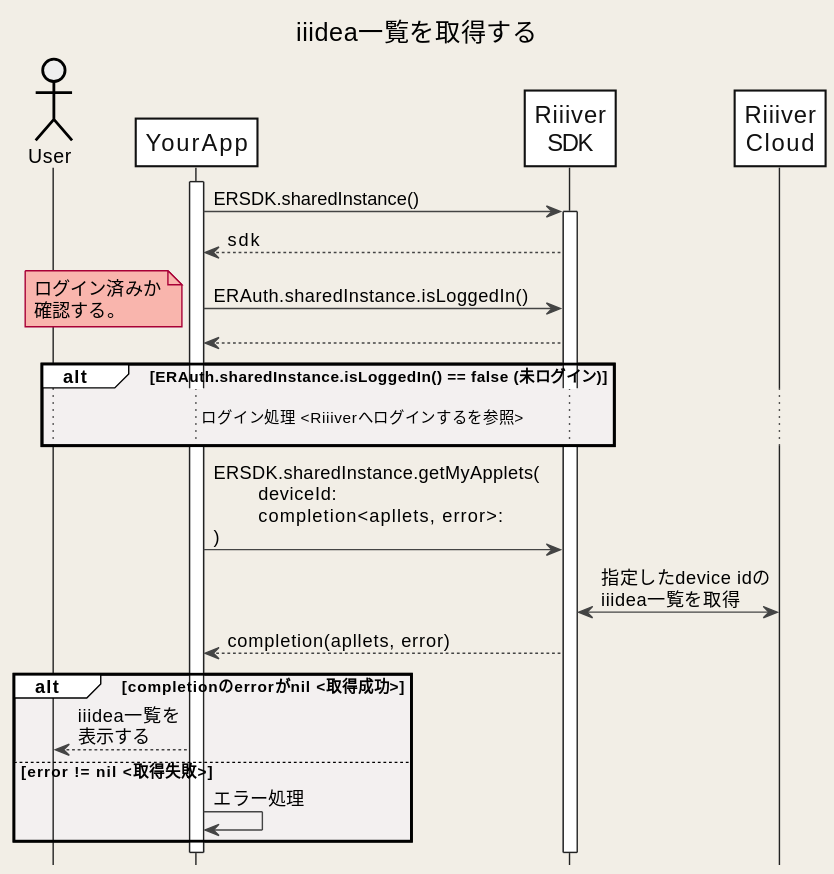
The PlantUML diagram images/ja/Sequences/getIiideaList.svg in CitizenWatch/RiiiverResources, before a commit.
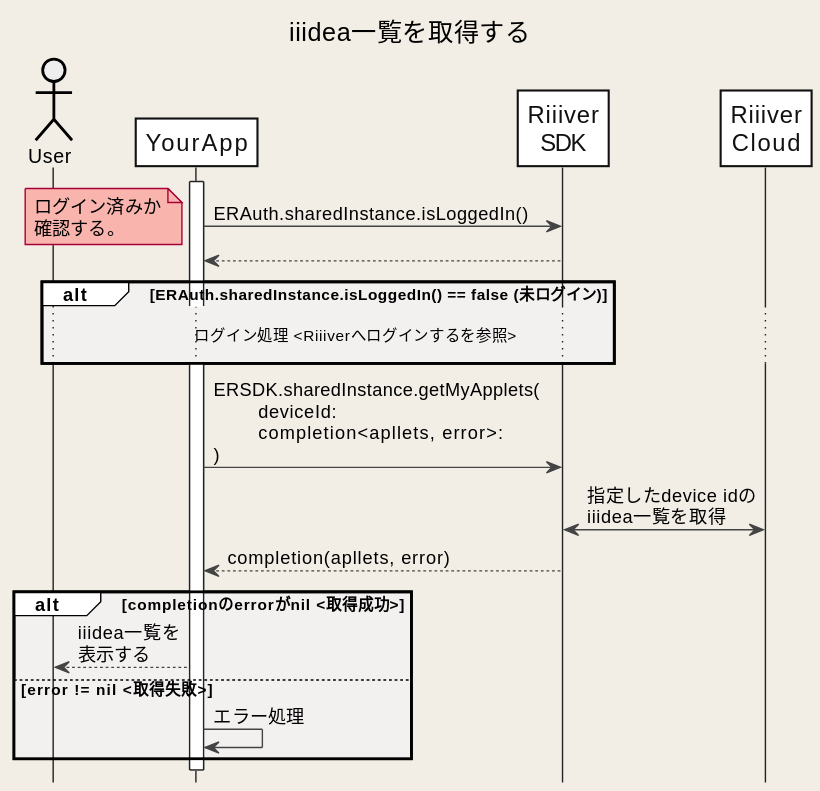
Above is the later version.

The edit, as a diff of the source:
```diff
@@ -35,10 +35,6 @@
 
 activate App
 
-App -> ERSDK: ERSDK.sharedInstance()
-activate ERSDK
-App <-- ERSDK: sdk
-
 App -> ERSDK: ERAuth.sharedInstance.isLoggedIn()
 note left: ログイン済みか\n確認する。
 ERSDK --> App:
```
